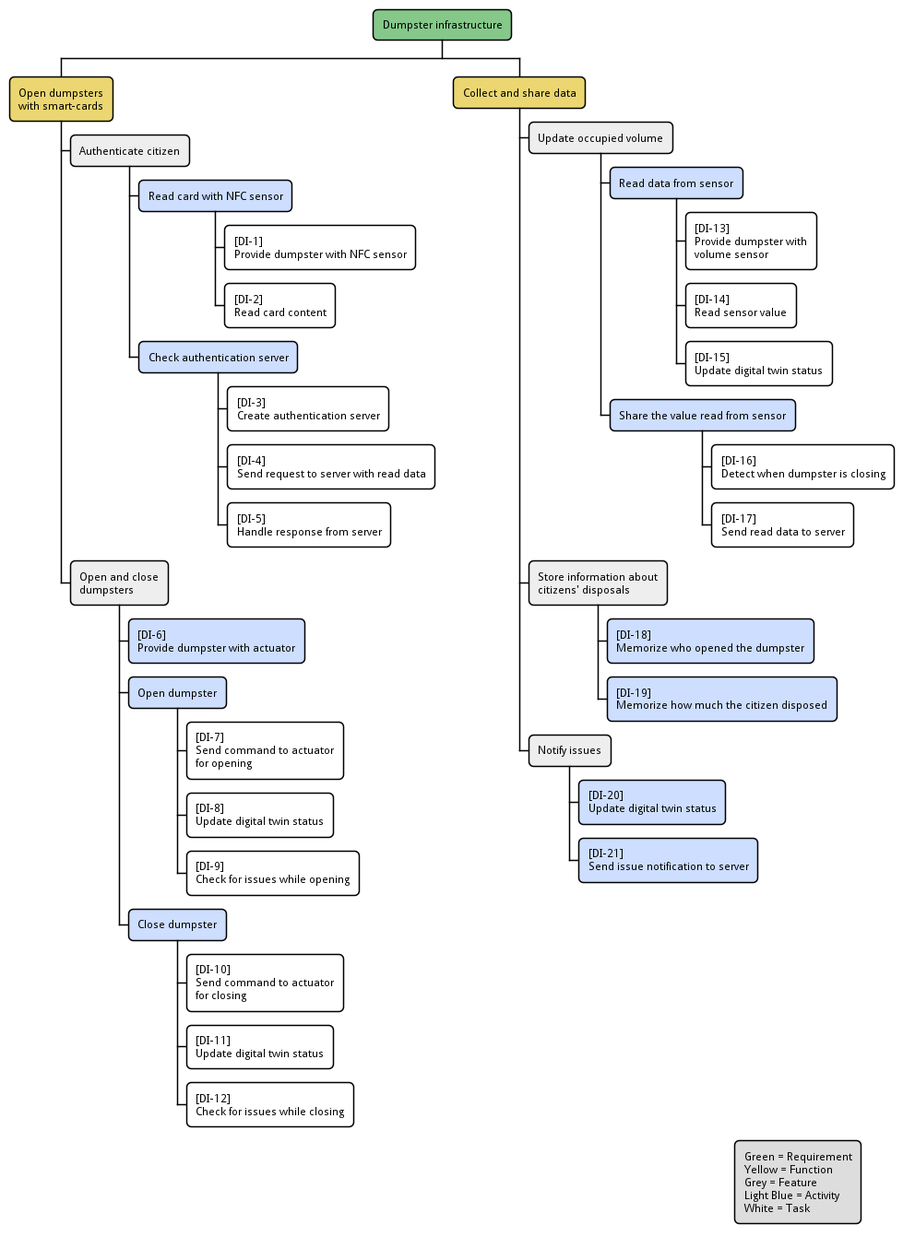
The PlantUML diagram img/wbs-dumpster-infrastructure.pm.png in SmartWasteCollection/project-management, before a commit.
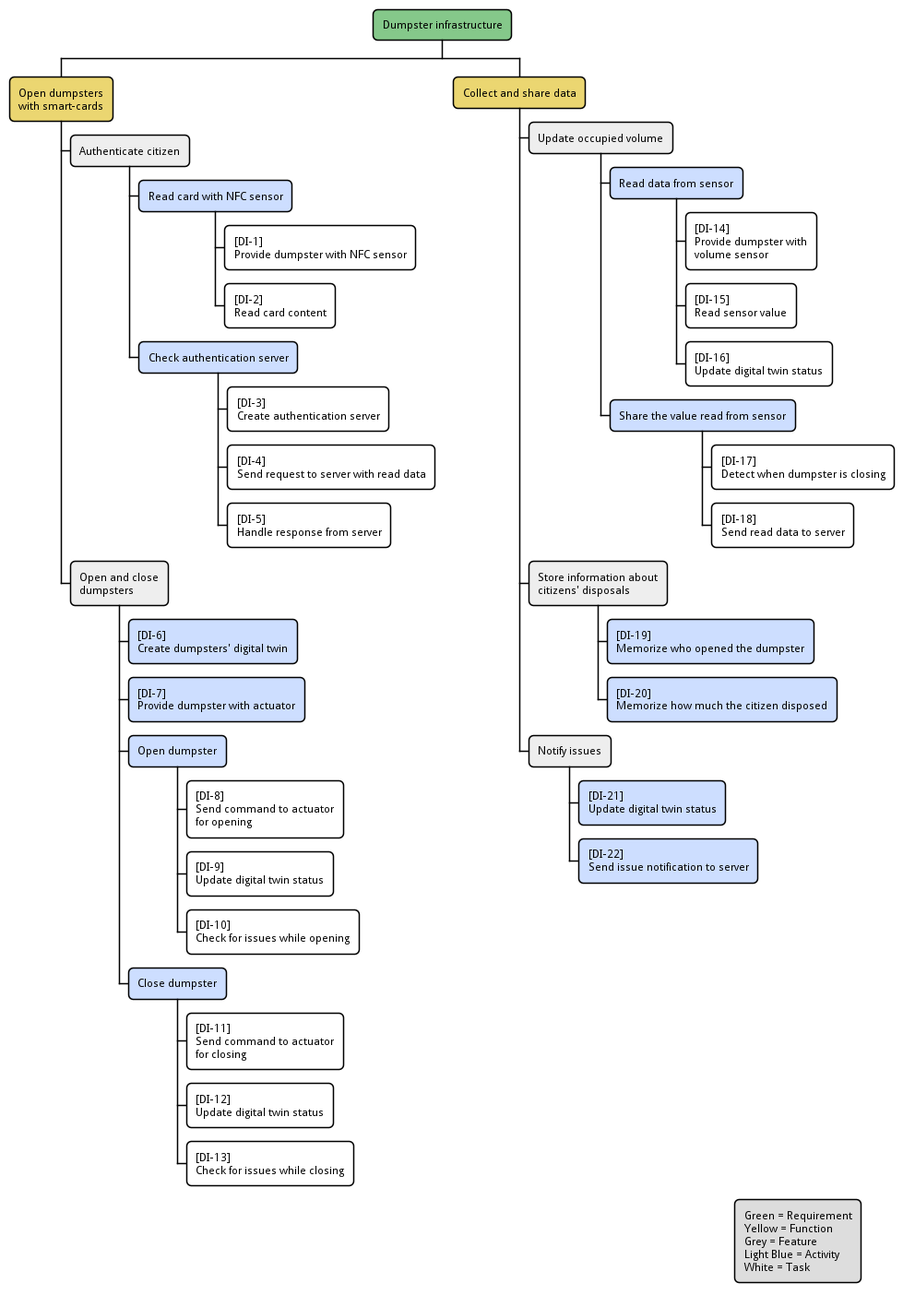
The same file after the commit.

Commit message:
docs(uml): generate PNG files for PlantUML diagrams

Diff of the diagram source:
```diff
@@ -15,6 +15,7 @@
 task(Handle response from server)
 
 feature(Open and close\ndumpsters)
+activity(Create dumpsters' digital twin,)
 activity(Provide dumpster with actuator, )
 activity(Open dumpster)
 task(Send command to actuator\nfor opening)
```
